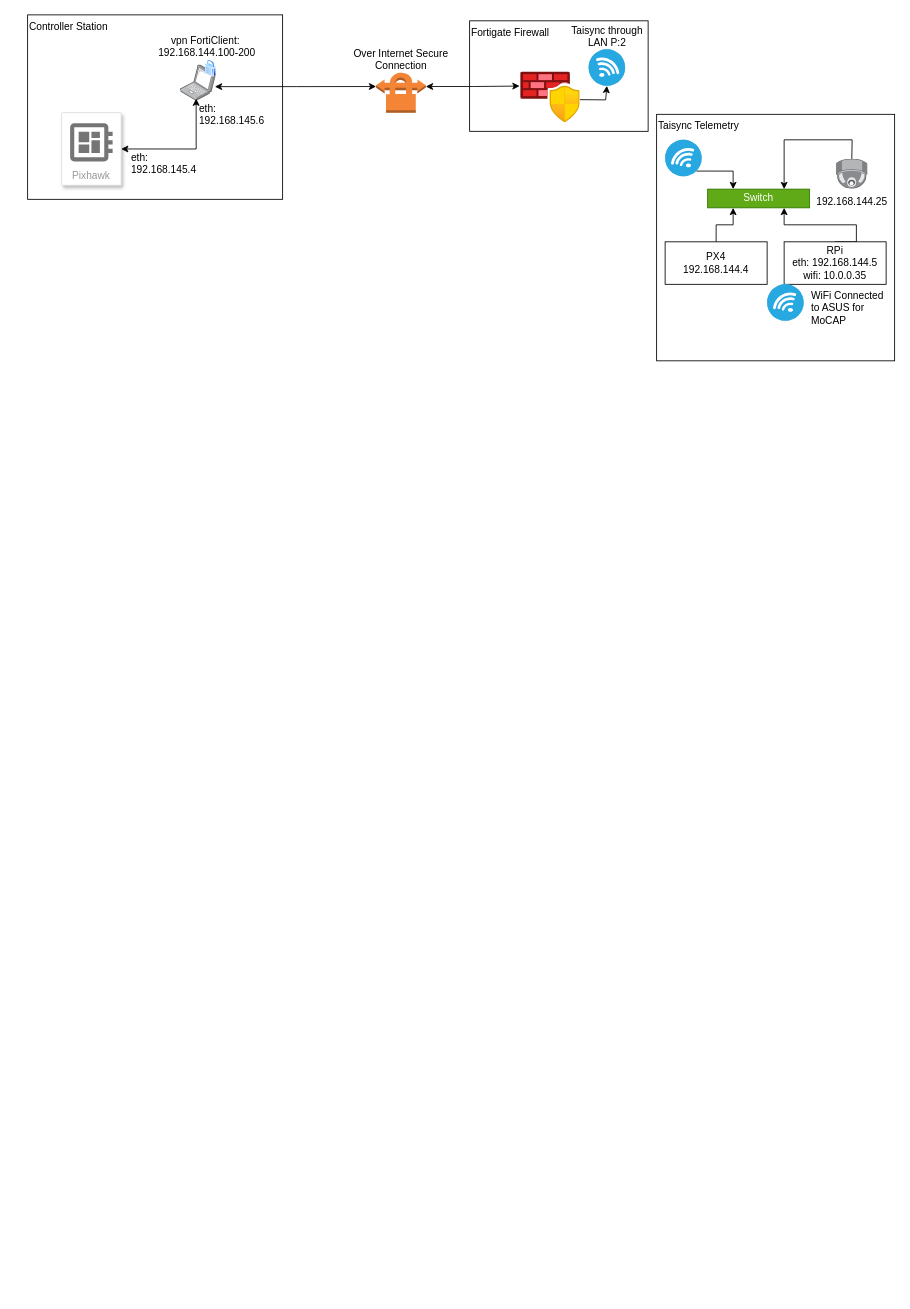
Before: Guide/VPN Remote Control/remote_vpn_arch.drawio in DroneLeaf/HEAR_wiki, a draw.io diagram. Source tidied: cells renumbered, new cells numbered last; positions are measured from the earlier drawing's top-left corner, leaving out a move shared by most shapes. Both pictures are drawn from the tidied source at 85%, with x=0, y=0 at pixel (27, 14).
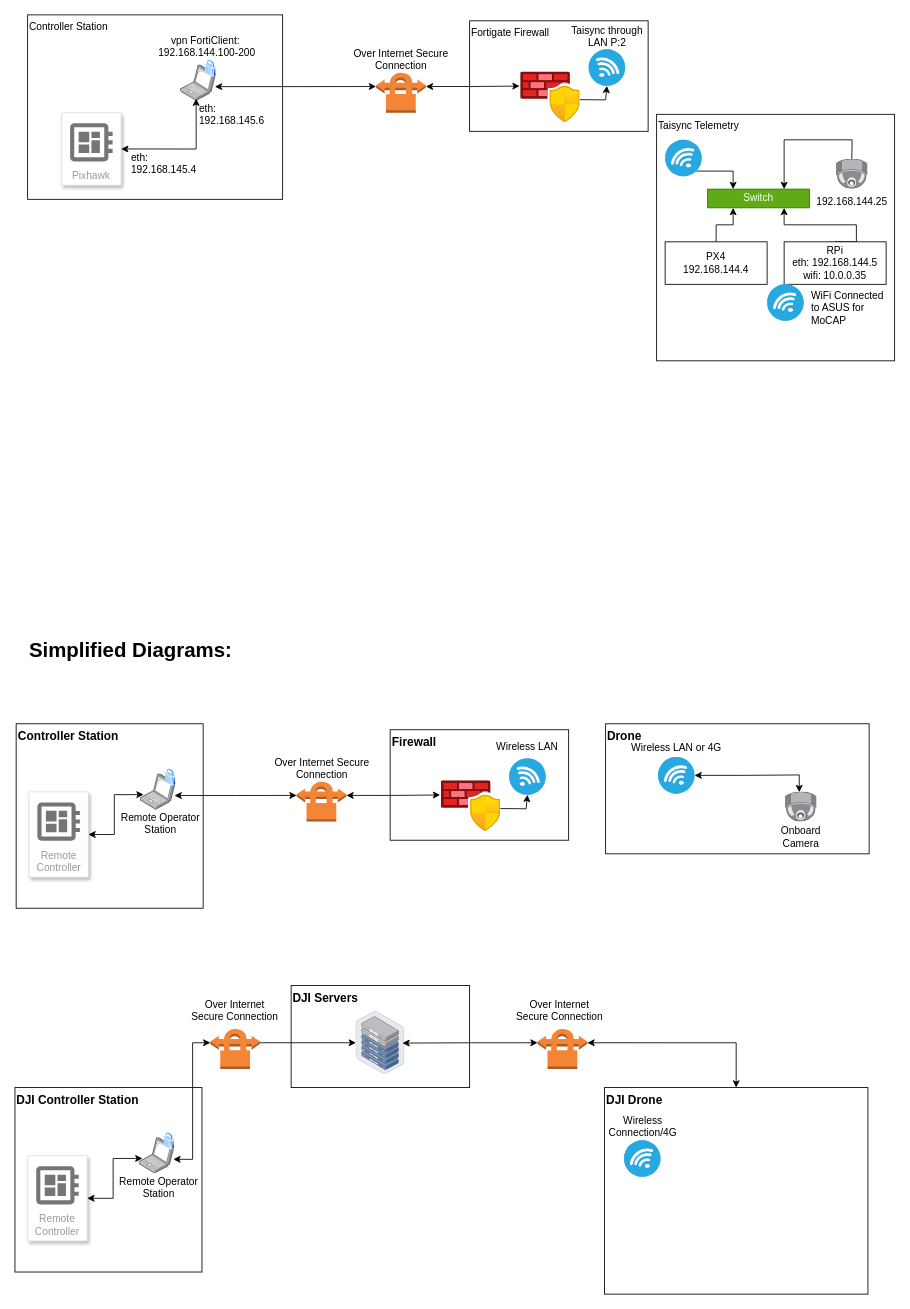
The same diagram, later.

Commit message (it also covers changes not shown here):
updated remote vpn arch

Diff of the diagram source:
```diff
@@
+    <mxCell id="33" value="&lt;font style=&quot;font-size: 14px;&quot;&gt;&lt;b&gt;Controller Station&lt;/b&gt;&lt;/font&gt;" style="rounded=0;whiteSpace=wrap;html=1;verticalAlign=top;align=left;fillColor=none;" parent="1" vertex="1">
+      <mxGeometry x="-13.5" y="834" width="220" height="217" as="geometry" />
+    </mxCell>
+    <mxCell id="34" value="&lt;b&gt;&lt;font style=&quot;font-size: 14px;&quot;&gt;Drone&lt;/font&gt;&lt;/b&gt;" style="rounded=0;whiteSpace=wrap;html=1;verticalAlign=top;align=left;fillColor=none;" parent="1" vertex="1">
+      <mxGeometry x="680" y="834" width="310" height="153" as="geometry" />
+    </mxCell>
+    <mxCell id="35" value="&lt;b&gt;&lt;font style=&quot;font-size: 14px;&quot;&gt;Firewall&lt;/font&gt;&lt;/b&gt;" style="rounded=0;whiteSpace=wrap;html=1;verticalAlign=top;align=left;fillColor=none;" parent="1" vertex="1">
+      <mxGeometry x="426.5" y="841" width="210" height="130" as="geometry" />
+    </mxCell>
+    <mxCell id="36" style="edgeStyle=orthogonalEdgeStyle;rounded=0;jettySize=auto;html=1;exitX=1;exitY=0.36;exitDx=0;exitDy=0;exitPerimeter=0;entryX=-0.017;entryY=0.279;entryDx=0;entryDy=0;entryPerimeter=0;startArrow=classic;startFill=1;" parent="1" edge="1" source="37" target="38">
+      <mxGeometry relative="1" as="geometry" />
+    </mxCell>
+    <mxCell id="37" style="outlineConnect=0;dashed=0;verticalLabelPosition=bottom;verticalAlign=top;align=center;html=1;shape=mxgraph.aws3.vpn_connection;fillColor=#F58536;gradientColor=none;" parent="1" vertex="1">
+      <mxGeometry x="316.5" y="901" width="58.5" height="48" as="geometry" />
+    </mxCell>
+    <mxCell id="38" style="image;html=1;points=[];align=center;fontSize=12;image=img/lib/azure2/networking/Azure_Firewall_Manager.svg;" parent="1" vertex="1">
+      <mxGeometry x="486.5" y="901" width="70" height="60" as="geometry" />
+    </mxCell>
+    <mxCell id="39" style="fillColor=#28A8E0;verticalLabelPosition=bottom;sketch=0;html=1;strokeColor=#ffffff;verticalAlign=top;align=center;points=[[0.145,0.145,0],[0.5,0,0],[0.855,0.145,0],[1,0.5,0],[0.855,0.855,0],[0.5,1,0],[0.145,0.855,0],[0,0.5,0]];shape=mxgraph.cisco_safe.compositeIcon;bgIcon=ellipse;resIcon=mxgraph.cisco_safe.capability.wireless_connection;" parent="1" vertex="1">
+      <mxGeometry x="566.5" y="874.5" width="43" height="43" as="geometry" />
+    </mxCell>
+    <mxCell id="40" style="endArrow=classic;html=1;rounded=0;exitX=0.997;exitY=0.546;exitDx=0;exitDy=0;exitPerimeter=0;entryX=0.5;entryY=1;entryDx=0;entryDy=0;entryPerimeter=0;" parent="1" edge="1" source="38" target="39">
+      <mxGeometry relative="1" as="geometry">
+        <Array as="points">
+          <mxPoint x="586.5" y="934" />
+        </Array>
+      </mxGeometry>
+    </mxCell>
+    <mxCell id="41" style="fillColor=#28A8E0;verticalLabelPosition=bottom;sketch=0;html=1;strokeColor=#ffffff;verticalAlign=top;align=center;points=[[0.145,0.145,0],[0.5,0,0],[0.855,0.145,0],[1,0.5,0],[0.855,0.855,0],[0.5,1,0],[0.145,0.855,0],[0,0.5,0]];shape=mxgraph.cisco_safe.compositeIcon;bgIcon=ellipse;resIcon=mxgraph.cisco_safe.capability.wireless_connection;flipH=1;" parent="1" vertex="1">
+      <mxGeometry x="741.6" y="873.2" width="43" height="43" as="geometry" />
+    </mxCell>
+    <mxCell id="42" style="image;points=[];html=1;align=center;shadow=0;dashed=0;image=img/lib/allied_telesis/security/Surveillance_Camera_Ceiling.svg;" parent="1" vertex="1">
+      <mxGeometry x="891.4" y="914.2" width="37.2" height="35.4" as="geometry" />
+    </mxCell>
+    <mxCell id="43" value="Onboard Camera" style="text;html=1;align=center;verticalAlign=middle;whiteSpace=wrap;rounded=0;" parent="1" vertex="1">
+      <mxGeometry x="880" y="952.2" width="60" height="30" as="geometry" />
+    </mxCell>
+    <mxCell id="44" value="Wireless LAN" style="text;html=1;align=center;verticalAlign=top;whiteSpace=wrap;rounded=0;" parent="1" vertex="1">
+      <mxGeometry x="543" y="847" width="90" height="30" as="geometry" />
+    </mxCell>
+    <mxCell id="45" value="Over Internet Secure Connection" style="text;html=1;align=center;verticalAlign=top;whiteSpace=wrap;rounded=0;" parent="1" vertex="1">
+      <mxGeometry x="266.5" y="866" width="158.5" height="30" as="geometry" />
+    </mxCell>
+    <mxCell id="46" style="image;points=[];html=1;align=center;shadow=0;dashed=0;image=img/lib/allied_telesis/computer_and_terminals/Laptop.svg;" parent="1" vertex="1">
+      <mxGeometry x="132.5" y="892.9" width="42" height="42.6" as="geometry" />
+    </mxCell>
+    <mxCell id="47" style="image;perimeter=ellipsePerimeter;html=1;align=center;shadow=0;dashed=0;spacingTop=3;image=img/lib/active_directory/secure.svg;" parent="1" vertex="1">
+      <mxGeometry x="161.7" y="887" width="12.8" height="20" as="geometry" />
+    </mxCell>
+    <mxCell id="48" style="edgeStyle=orthogonalEdgeStyle;rounded=0;jettySize=auto;html=1;exitX=0.959;exitY=0.599;exitDx=0;exitDy=0;exitPerimeter=0;entryX=0;entryY=0.36;entryDx=0;entryDy=0;entryPerimeter=0;startArrow=classic;startFill=1;" parent="1" edge="1" source="46" target="37">
+      <mxGeometry relative="1" as="geometry" />
+    </mxCell>
+    <mxCell id="49" value="Remote Operator Station" style="text;html=1;align=center;verticalAlign=top;whiteSpace=wrap;rounded=0;" parent="1" vertex="1">
+      <mxGeometry x="96.5" y="931" width="118.5" height="30" as="geometry" />
+    </mxCell>
+    <mxCell id="50" value="Remote Controller" style="strokeColor=#dddddd;shadow=1;strokeWidth=1;rounded=1;absoluteArcSize=1;arcSize=2;labelPosition=center;verticalLabelPosition=middle;align=center;verticalAlign=bottom;spacingLeft=0;fontColor=#999999;fontSize=12;whiteSpace=wrap;spacingBottom=2;html=1;" parent="1" vertex="1">
+      <mxGeometry x="1.5" y="914" width="70" height="100.5" as="geometry" />
+    </mxCell>
+    <mxCell id="51" style="sketch=0;dashed=0;html=1;fillColor=#757575;strokeColor=none;shape=mxgraph.gcp2.circuit_board;" parent="50" vertex="1">
+      <mxGeometry x="0.5" width="50" height="45" relative="1" as="geometry">
+        <mxPoint x="-25" y="12.5" as="offset" />
+      </mxGeometry>
+    </mxCell>
+    <mxCell id="52" style="edgeStyle=orthogonalEdgeStyle;rounded=0;jettySize=auto;html=1;exitX=1;exitY=0.5;exitDx=0;exitDy=0;startArrow=classic;startFill=1;entryX=0.095;entryY=0.574;entryDx=0;entryDy=0;entryPerimeter=0;" parent="1" edge="1" source="50" target="46">
+      <mxGeometry relative="1" as="geometry" />
+    </mxCell>
+    <mxCell id="53" value="&lt;h1 style=&quot;margin-top: 0px;&quot;&gt;Simplified Diagrams:&lt;/h1&gt;" style="text;html=1;whiteSpace=wrap;overflow=hidden;rounded=0;" parent="1" vertex="1">
+      <mxGeometry y="727" width="260" height="40" as="geometry" />
+    </mxCell>
+    <mxCell id="54" value="Wireless LAN or 4G" style="text;html=1;align=center;verticalAlign=top;whiteSpace=wrap;rounded=0;" parent="1" vertex="1">
+      <mxGeometry x="707.2" y="848.2" width="112.8" height="30" as="geometry" />
+    </mxCell>
+    <mxCell id="55" value="&lt;font style=&quot;font-size: 14px;&quot;&gt;&lt;b&gt;DJI Controller Station&lt;/b&gt;&lt;/font&gt;" style="rounded=0;whiteSpace=wrap;html=1;verticalAlign=top;align=left;fillColor=none;" parent="1" vertex="1">
+      <mxGeometry x="-14.9" y="1262" width="220" height="217" as="geometry" />
+    </mxCell>
+    <mxCell id="56" value="&lt;b&gt;&lt;font style=&quot;font-size: 14px;&quot;&gt;DJI Drone&lt;/font&gt;&lt;/b&gt;" style="rounded=0;whiteSpace=wrap;html=1;verticalAlign=top;align=left;fillColor=none;" parent="1" vertex="1">
+      <mxGeometry x="678.6" y="1262" width="310" height="243" as="geometry" />
+    </mxCell>
+    <mxCell id="57" value="&lt;b&gt;&lt;font style=&quot;font-size: 14px;&quot;&gt;DJI Servers&lt;/font&gt;&lt;/b&gt;" style="rounded=0;whiteSpace=wrap;html=1;verticalAlign=top;align=left;fillColor=none;" parent="1" vertex="1">
+      <mxGeometry x="310" y="1142" width="210" height="120" as="geometry" />
+    </mxCell>
+    <mxCell id="58" style="edgeStyle=orthogonalEdgeStyle;rounded=0;jettySize=auto;html=1;exitX=1;exitY=0.36;exitDx=0;exitDy=0;exitPerimeter=0;" parent="1" edge="1" source="59" target="70">
+      <mxGeometry relative="1" as="geometry" />
+    </mxCell>
+    <mxCell id="59" style="outlineConnect=0;dashed=0;verticalLabelPosition=bottom;verticalAlign=top;align=center;html=1;shape=mxgraph.aws3.vpn_connection;fillColor=#F58536;gradientColor=none;" parent="1" vertex="1">
+      <mxGeometry x="215" y="1192" width="58.5" height="48" as="geometry" />
+    </mxCell>
+    <mxCell id="60" style="fillColor=#28A8E0;verticalLabelPosition=bottom;sketch=0;html=1;strokeColor=#ffffff;verticalAlign=top;align=center;shape=mxgraph.cisco_safe.compositeIcon;bgIcon=ellipse;resIcon=mxgraph.cisco_safe.capability.wireless_connection;flipH=1;" parent="1" vertex="1">
+      <mxGeometry x="701.6" y="1324" width="43" height="43" as="geometry" />
+    </mxCell>
+    <mxCell id="61" value="Over Internet Secure Connection" style="text;html=1;align=center;verticalAlign=top;whiteSpace=wrap;rounded=0;" parent="1" vertex="1">
+      <mxGeometry x="188.2" y="1151" width="112" height="30" as="geometry" />
+    </mxCell>
+    <mxCell id="62" style="image;points=[];html=1;align=center;shadow=0;dashed=0;image=img/lib/allied_telesis/computer_and_terminals/Laptop.svg;" parent="1" vertex="1">
+      <mxGeometry x="131.1" y="1320.9" width="42" height="42.6" as="geometry" />
+    </mxCell>
+    <mxCell id="63" style="image;perimeter=ellipsePerimeter;html=1;align=center;shadow=0;dashed=0;spacingTop=3;image=img/lib/active_directory/secure.svg;" parent="1" vertex="1">
+      <mxGeometry x="160.3" y="1315" width="12.8" height="20" as="geometry" />
+    </mxCell>
+    <mxCell id="64" style="edgeStyle=orthogonalEdgeStyle;rounded=0;jettySize=auto;html=1;exitX=0.959;exitY=0.599;exitDx=0;exitDy=0;exitPerimeter=0;entryX=0;entryY=0.36;entryDx=0;entryDy=0;entryPerimeter=0;startArrow=classic;startFill=1;" parent="1" edge="1" source="62" target="59">
+      <mxGeometry relative="1" as="geometry" />
+    </mxCell>
+    <mxCell id="65" value="Remote Operator Station" style="text;html=1;align=center;verticalAlign=top;whiteSpace=wrap;rounded=0;" parent="1" vertex="1">
+      <mxGeometry x="95.1" y="1359" width="118.5" height="30" as="geometry" />
+    </mxCell>
+    <mxCell id="66" value="Remote Controller" style="strokeColor=#dddddd;shadow=1;strokeWidth=1;rounded=1;absoluteArcSize=1;arcSize=2;labelPosition=center;verticalLabelPosition=middle;align=center;verticalAlign=bottom;spacingLeft=0;fontColor=#999999;fontSize=12;whiteSpace=wrap;spacingBottom=2;html=1;" parent="1" vertex="1">
+      <mxGeometry x="0.1" y="1342" width="70" height="100.5" as="geometry" />
+    </mxCell>
+    <mxCell id="67" style="sketch=0;dashed=0;html=1;fillColor=#757575;strokeColor=none;shape=mxgraph.gcp2.circuit_board;" parent="66" vertex="1">
+      <mxGeometry x="0.5" width="50" height="45" relative="1" as="geometry">
+        <mxPoint x="-25" y="12.5" as="offset" />
+      </mxGeometry>
+    </mxCell>
+    <mxCell id="68" style="edgeStyle=orthogonalEdgeStyle;rounded=0;jettySize=auto;html=1;exitX=1;exitY=0.5;exitDx=0;exitDy=0;startArrow=classic;startFill=1;entryX=0.095;entryY=0.574;entryDx=0;entryDy=0;entryPerimeter=0;" parent="1" edge="1" source="66" target="62">
+      <mxGeometry relative="1" as="geometry" />
+    </mxCell>
+    <mxCell id="69" value="Wireless Connection/4G" style="text;html=1;align=center;verticalAlign=top;whiteSpace=wrap;rounded=0;" parent="1" vertex="1">
+      <mxGeometry x="678.6" y="1287" width="90" height="30" as="geometry" />
+    </mxCell>
+    <mxCell id="70" style="image;points=[];html=1;align=center;shadow=0;dashed=0;image=img/lib/allied_telesis/storage/Datacenter_Server_Half_Rack_ToR.svg;" parent="1" vertex="1">
+      <mxGeometry x="386.3" y="1172" width="57.4" height="74.6" as="geometry" />
+    </mxCell>
+    <mxCell id="71" style="edgeStyle=orthogonalEdgeStyle;rounded=0;jettySize=auto;html=1;exitX=0;exitY=0.5;exitDx=0;exitDy=0;exitPerimeter=0;entryX=0.44;entryY=0.008;entryDx=0;entryDy=0;entryPerimeter=0;startArrow=classic;startFill=1;" parent="1" edge="1" source="41" target="42">
+      <mxGeometry relative="1" as="geometry" />
+    </mxCell>
+    <mxCell id="72" style="outlineConnect=0;dashed=0;verticalLabelPosition=bottom;verticalAlign=top;align=center;html=1;shape=mxgraph.aws3.vpn_connection;fillColor=#F58536;gradientColor=none;" parent="1" vertex="1">
+      <mxGeometry x="600" y="1192" width="58.5" height="48" as="geometry" />
+    </mxCell>
+    <mxCell id="73" value="Over Internet Secure Connection" style="text;html=1;align=center;verticalAlign=top;whiteSpace=wrap;rounded=0;" parent="1" vertex="1">
+      <mxGeometry x="570" y="1151" width="112" height="30" as="geometry" />
+    </mxCell>
+    <mxCell id="74" style="edgeStyle=orthogonalEdgeStyle;rounded=0;jettySize=auto;html=1;exitX=0;exitY=0.36;exitDx=0;exitDy=0;exitPerimeter=0;entryX=0.952;entryY=0.505;entryDx=0;entryDy=0;entryPerimeter=0;startArrow=classic;startFill=1;" parent="1" edge="1" source="72" target="70">
+      <mxGeometry relative="1" as="geometry" />
+    </mxCell>
+    <mxCell id="75" style="edgeStyle=orthogonalEdgeStyle;rounded=0;jettySize=auto;html=1;exitX=0.5;exitY=0;exitDx=0;exitDy=0;startArrow=classic;startFill=1;entryX=1;entryY=0.36;entryDx=0;entryDy=0;entryPerimeter=0;" parent="1" edge="1" source="56" target="72">
+      <mxGeometry relative="1" as="geometry" />
+    </mxCell>
```
